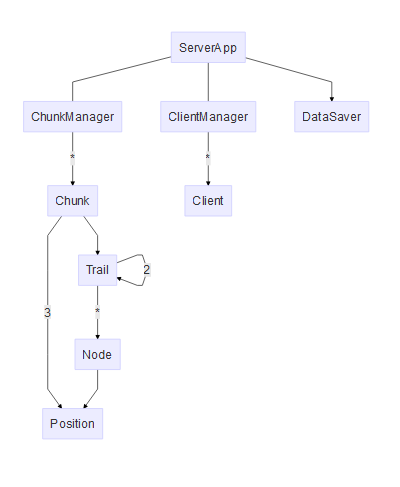
Earlier version of the Mermaid export doc/ServerClassDiagram.mermaid.png (slemonide/sasuga). Its source is kept beside it as doc/ServerClassDiagram.mermaid. Source of this version:
```mermaid
graph TD;
    ServerApp     ---     ChunkManager;
    ServerApp     ---     ClientManager;
    ServerApp     -->     DataSaver;
    ChunkManager  --> |*| Chunk;
    Chunk         -->     Trail;
    Trail         --> |2| Trail;
    Trail         --> |*| Node;
    Chunk         --> |3| Position
    Node          -->     Position
    ClientManager --> |*| Client;
```
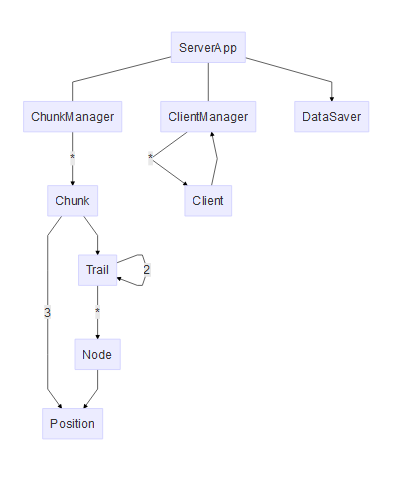
The same file after the commit.

Commit message:
Fix server class diagram a bit.

The edit, as a diff of the source:
```diff
@@ -9,3 +9,4 @@
     Chunk         --> |3| Position
     Node          -->     Position
     ClientManager --> |*| Client;
+    Client        -->     ClientManager;
```
